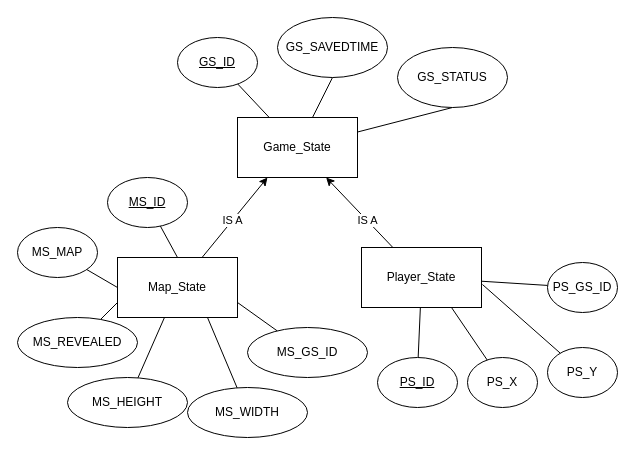
The draw.io diagram page "GameState" (2 of 2) of documents/erd/ERD_GameState.drawio in PM4-FS25-DungeonCrawl/DungeonCrawl, before the edit. Source tidied: cells renumbered, new cells numbered last; positions are measured from the earlier drawing's top-left corner, leaving out a move shared by most shapes. Both pictures are drawn from the tidied source at 100%, with x=0, y=0 at pixel (17, 17).
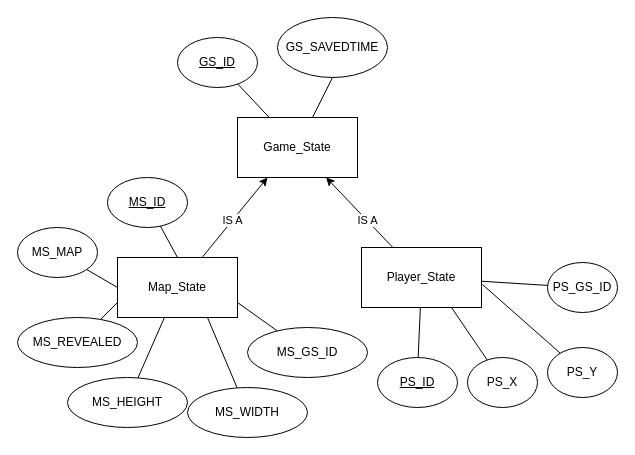
The same diagram, later.

The change refers to these unchanged cells:
```xml
<mxCell id="5" value="Game_State" style="rounded=0;whiteSpace=wrap;html=1;" parent="1" vertex="1">
  <mxGeometry x="220" y="100" width="120" height="60" as="geometry" />
</mxCell>
```

The edit, as a diff of the source:
```diff
@@
-    <mxCell id="4" style="rounded=0;jettySize=auto;html=1;entryX=0.5;entryY=1;entryDx=0;entryDy=0;endArrow=none;endFill=0;" parent="1" edge="1" source="5" target="8">
-      <mxGeometry relative="1" as="geometry" />
-    </mxCell>
@@
-    <mxCell id="8" value="GS_STATUS" style="ellipse;whiteSpace=wrap;html=1;" parent="1" vertex="1">
-      <mxGeometry x="380" y="30" width="110" height="60" as="geometry" />
-    </mxCell>
```
